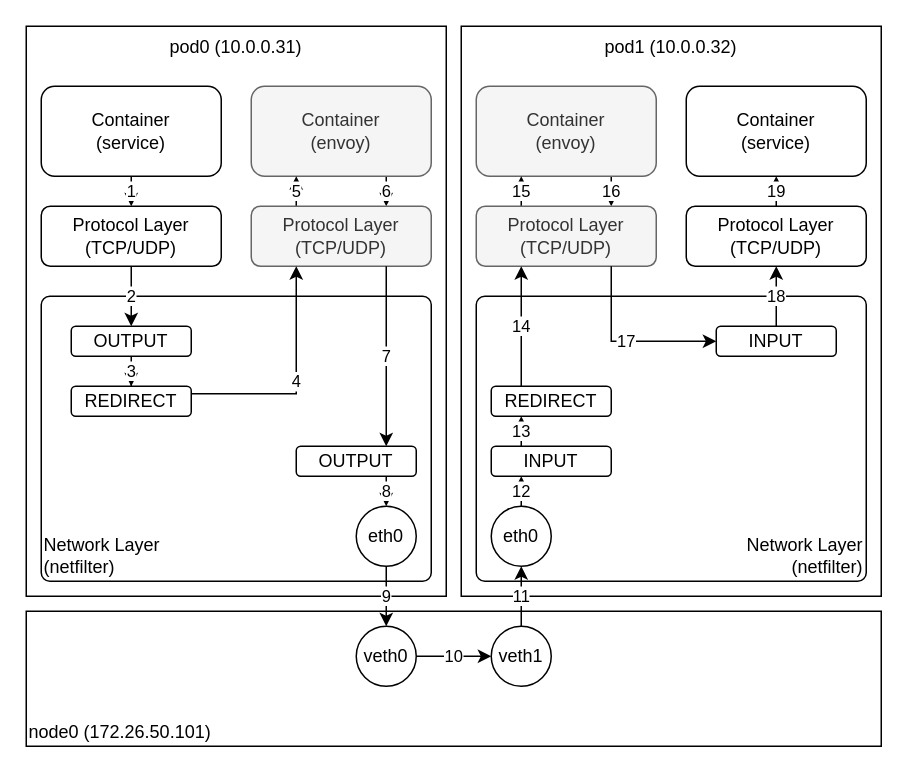
Above: k8s.istio/k8s.istio.drawio in haruband/codebook (draw.io), before the change. Source tidied: cells renumbered, new cells numbered last; positions are measured from the earlier drawing's top-left corner, leaving out a move shared by most shapes. Both pictures are drawn from the tidied source at 150%, with x=0, y=0 at pixel (26, 26).
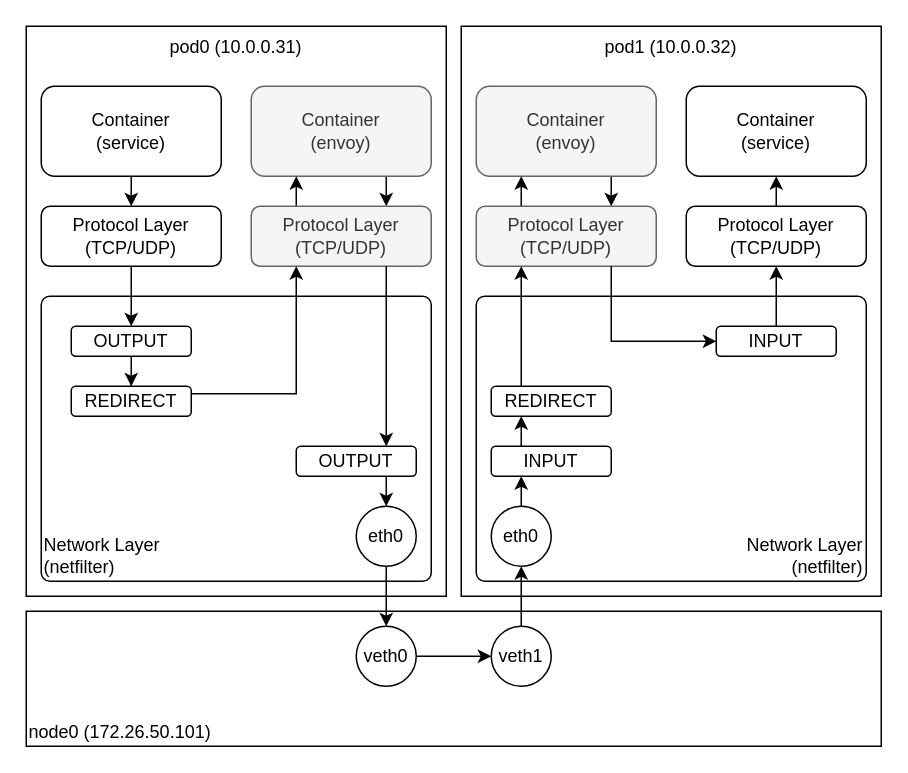
After the change.

Commit message (it also covers changes not shown here):
Fix k8s.istio.ambientmesh blog

Unchanged cells that the change refers to:
```xml
<mxCell id="5" value="Container&lt;br&gt;(service)" style="rounded=1;whiteSpace=wrap;html=1;align=center;" parent="1" vertex="1">
  <mxGeometry x="10" y="40" width="120" height="60" as="geometry" />
</mxCell>
<mxCell id="7" value="Container&lt;br&gt;(envoy)" style="rounded=1;whiteSpace=wrap;html=1;align=center;fillColor=#f5f5f5;fontColor=#333333;strokeColor=#666666;" parent="1" vertex="1">
  <mxGeometry x="150" y="40" width="120" height="60" as="geometry" />
</mxCell>
<mxCell id="8" value="Protocol Layer&lt;br&gt;(TCP/UDP)" style="rounded=1;whiteSpace=wrap;html=1;align=center;" parent="1" vertex="1">
  <mxGeometry x="10" y="120" width="120" height="40" as="geometry" />
</mxCell>
<mxCell id="10" value="Protocol Layer&lt;br&gt;(TCP/UDP)" style="rounded=1;whiteSpace=wrap;html=1;align=center;fillColor=#f5f5f5;fontColor=#333333;strokeColor=#666666;" parent="1" vertex="1">
  <mxGeometry x="150" y="120" width="120" height="40" as="geometry" />
</mxCell>
<mxCell id="13" value="OUTPUT" style="rounded=1;whiteSpace=wrap;html=1;align=center;" parent="1" vertex="1">
  <mxGeometry x="30" y="200" width="80" height="20" as="geometry" />
</mxCell>
<mxCell id="15" value="REDIRECT" style="rounded=1;whiteSpace=wrap;html=1;align=center;" parent="1" vertex="1">
  <mxGeometry x="30" y="240" width="80" height="20" as="geometry" />
</mxCell>
<mxCell id="17" value="OUTPUT" style="rounded=1;whiteSpace=wrap;html=1;align=center;" parent="1" vertex="1">
  <mxGeometry x="180" y="280" width="80" height="20" as="geometry" />
</mxCell>
<mxCell id="21" value="eth0" style="ellipse;whiteSpace=wrap;html=1;fontSize=12;" parent="1" vertex="1">
  <mxGeometry x="220" y="320" width="40" height="40" as="geometry" />
</mxCell>
<mxCell id="23" value="veth0" style="ellipse;whiteSpace=wrap;html=1;fontSize=12;" parent="1" vertex="1">
  <mxGeometry x="220" y="400" width="40" height="40" as="geometry" />
</mxCell>
<mxCell id="24" value="veth1" style="ellipse;whiteSpace=wrap;html=1;fontSize=12;" parent="1" vertex="1">
  <mxGeometry x="310" y="400" width="40" height="40" as="geometry" />
</mxCell>
<mxCell id="27" value="Container&lt;br&gt;(envoy)" style="rounded=1;whiteSpace=wrap;html=1;align=center;fillColor=#f5f5f5;fontColor=#333333;strokeColor=#666666;" parent="1" vertex="1">
  <mxGeometry x="300" y="40" width="120" height="60" as="geometry" />
</mxCell>
<mxCell id="28" value="Container&lt;br&gt;(service)" style="rounded=1;whiteSpace=wrap;html=1;align=center;" parent="1" vertex="1">
  <mxGeometry x="440" y="40" width="120" height="60" as="geometry" />
</mxCell>
<mxCell id="30" value="Protocol Layer&lt;br&gt;(TCP/UDP)" style="rounded=1;whiteSpace=wrap;html=1;align=center;fillColor=#f5f5f5;fontColor=#333333;strokeColor=#666666;" parent="1" vertex="1">
  <mxGeometry x="300" y="120" width="120" height="40" as="geometry" />
</mxCell>
<mxCell id="32" value="Protocol Layer&lt;br&gt;(TCP/UDP)" style="rounded=1;whiteSpace=wrap;html=1;align=center;" parent="1" vertex="1">
  <mxGeometry x="440" y="120" width="120" height="40" as="geometry" />
</mxCell>
<mxCell id="35" value="INPUT" style="rounded=1;whiteSpace=wrap;html=1;align=center;" parent="1" vertex="1">
  <mxGeometry x="460" y="200" width="80" height="20" as="geometry" />
</mxCell>
<mxCell id="37" value="REDIRECT" style="rounded=1;whiteSpace=wrap;html=1;align=center;" parent="1" vertex="1">
  <mxGeometry x="310" y="240" width="80" height="20" as="geometry" />
</mxCell>
<mxCell id="39" value="INPUT" style="rounded=1;whiteSpace=wrap;html=1;align=center;" parent="1" vertex="1">
  <mxGeometry x="310" y="280" width="80" height="20" as="geometry" />
</mxCell>
<mxCell id="41" value="eth0" style="ellipse;whiteSpace=wrap;html=1;fontSize=12;" parent="1" vertex="1">
  <mxGeometry x="310" y="320" width="40" height="40" as="geometry" />
</mxCell>
```

What changed in the source:
```diff
@@
-    <mxCell id="4" value="1" style="edgeStyle=orthogonalEdgeStyle;rounded=0;jettySize=auto;html=1;exitX=0.5;exitY=1;exitDx=0;exitDy=0;entryX=0.5;entryY=0;entryDx=0;entryDy=0;" parent="1" edge="1" source="5" target="8">
+    <mxCell id="4" style="edgeStyle=orthogonalEdgeStyle;rounded=0;jettySize=auto;html=1;exitX=0.5;exitY=1;exitDx=0;exitDy=0;entryX=0.5;entryY=0;entryDx=0;entryDy=0;" parent="1" edge="1" source="5" target="8">
       <mxGeometry relative="1" as="geometry" />
     </mxCell>
@@
-    <mxCell id="6" value="6" style="edgeStyle=orthogonalEdgeStyle;rounded=0;jettySize=auto;html=1;exitX=0.75;exitY=1;exitDx=0;exitDy=0;entryX=0.75;entryY=0;entryDx=0;entryDy=0;" parent="1" edge="1" source="7" target="10">
+    <mxCell id="6" style="edgeStyle=orthogonalEdgeStyle;rounded=0;jettySize=auto;html=1;exitX=0.75;exitY=1;exitDx=0;exitDy=0;entryX=0.75;entryY=0;entryDx=0;entryDy=0;" parent="1" edge="1" source="7" target="10">
       <mxGeometry relative="1" as="geometry" />
     </mxCell>
@@
-    <mxCell id="9" value="5" style="edgeStyle=orthogonalEdgeStyle;rounded=0;jettySize=auto;html=1;exitX=0.25;exitY=0;exitDx=0;exitDy=0;entryX=0.25;entryY=1;entryDx=0;entryDy=0;" parent="1" edge="1" source="10" target="7">
+    <mxCell id="9" style="edgeStyle=orthogonalEdgeStyle;rounded=0;jettySize=auto;html=1;exitX=0.25;exitY=0;exitDx=0;exitDy=0;entryX=0.25;entryY=1;entryDx=0;entryDy=0;" parent="1" edge="1" source="10" target="7">
       <mxGeometry relative="1" as="geometry" />
     </mxCell>
@@
-    <mxCell id="12" value="3" style="edgeStyle=orthogonalEdgeStyle;rounded=0;jettySize=auto;html=1;exitX=0.5;exitY=1;exitDx=0;exitDy=0;" parent="1" edge="1" source="13" target="15">
+    <mxCell id="12" style="edgeStyle=orthogonalEdgeStyle;rounded=0;jettySize=auto;html=1;exitX=0.5;exitY=1;exitDx=0;exitDy=0;" parent="1" edge="1" source="13" target="15">
       <mxGeometry relative="1" as="geometry" />
     </mxCell>
@@
-    <mxCell id="14" value="4" style="edgeStyle=orthogonalEdgeStyle;rounded=0;jettySize=auto;html=1;exitX=1;exitY=0.25;exitDx=0;exitDy=0;entryX=0.25;entryY=1;entryDx=0;entryDy=0;" parent="1" edge="1" source="15" target="10">
+    <mxCell id="14" style="edgeStyle=orthogonalEdgeStyle;rounded=0;jettySize=auto;html=1;exitX=1;exitY=0.25;exitDx=0;exitDy=0;entryX=0.25;entryY=1;entryDx=0;entryDy=0;" parent="1" edge="1" source="15" target="10">
       <mxGeometry relative="1" as="geometry" />
     </mxCell>
@@
-    <mxCell id="16" value="8" style="edgeStyle=orthogonalEdgeStyle;rounded=0;jettySize=auto;html=1;exitX=0.75;exitY=1;exitDx=0;exitDy=0;entryX=0.5;entryY=0;entryDx=0;entryDy=0;" parent="1" edge="1" source="17" target="21">
+    <mxCell id="16" style="edgeStyle=orthogonalEdgeStyle;rounded=0;jettySize=auto;html=1;exitX=0.75;exitY=1;exitDx=0;exitDy=0;entryX=0.5;entryY=0;entryDx=0;entryDy=0;" parent="1" edge="1" source="17" target="21">
       <mxGeometry relative="1" as="geometry" />
     </mxCell>
@@
-    <mxCell id="18" value="2" style="edgeStyle=orthogonalEdgeStyle;rounded=0;jettySize=auto;html=1;exitX=0.5;exitY=1;exitDx=0;exitDy=0;entryX=0.5;entryY=0;entryDx=0;entryDy=0;" parent="1" edge="1" source="8" target="13">
+    <mxCell id="18" style="edgeStyle=orthogonalEdgeStyle;rounded=0;jettySize=auto;html=1;exitX=0.5;exitY=1;exitDx=0;exitDy=0;entryX=0.5;entryY=0;entryDx=0;entryDy=0;" parent="1" edge="1" source="8" target="13">
       <mxGeometry relative="1" as="geometry" />
     </mxCell>
-    <mxCell id="19" value="7" style="edgeStyle=orthogonalEdgeStyle;rounded=0;jettySize=auto;html=1;exitX=0.75;exitY=1;exitDx=0;exitDy=0;entryX=0.75;entryY=0;entryDx=0;entryDy=0;" parent="1" edge="1" source="10" target="17">
+    <mxCell id="19" style="edgeStyle=orthogonalEdgeStyle;rounded=0;jettySize=auto;html=1;exitX=0.75;exitY=1;exitDx=0;exitDy=0;entryX=0.75;entryY=0;entryDx=0;entryDy=0;" parent="1" edge="1" source="10" target="17">
       <mxGeometry relative="1" as="geometry" />
     </mxCell>
-    <mxCell id="20" value="9" style="edgeStyle=orthogonalEdgeStyle;rounded=0;jettySize=auto;html=1;exitX=0.5;exitY=1;exitDx=0;exitDy=0;entryX=0.5;entryY=0;entryDx=0;entryDy=0;" parent="1" edge="1" source="21" target="23">
+    <mxCell id="20" style="edgeStyle=orthogonalEdgeStyle;rounded=0;jettySize=auto;html=1;exitX=0.5;exitY=1;exitDx=0;exitDy=0;entryX=0.5;entryY=0;entryDx=0;entryDy=0;" parent="1" edge="1" source="21" target="23">
       <mxGeometry relative="1" as="geometry" />
     </mxCell>
@@
-    <mxCell id="22" value="10" style="edgeStyle=orthogonalEdgeStyle;rounded=0;jettySize=auto;html=1;exitX=1;exitY=0.5;exitDx=0;exitDy=0;entryX=0;entryY=0.5;entryDx=0;entryDy=0;" parent="1" edge="1" source="23" target="24">
+    <mxCell id="22" style="edgeStyle=orthogonalEdgeStyle;rounded=0;jettySize=auto;html=1;exitX=1;exitY=0.5;exitDx=0;exitDy=0;entryX=0;entryY=0.5;entryDx=0;entryDy=0;" parent="1" edge="1" source="23" target="24">
       <mxGeometry relative="1" as="geometry" />
     </mxCell>
@@
-    <mxCell id="26" value="16" style="edgeStyle=orthogonalEdgeStyle;shape=connector;rounded=0;jettySize=auto;html=1;exitX=0.75;exitY=1;exitDx=0;exitDy=0;entryX=0.75;entryY=0;entryDx=0;entryDy=0;labelBackgroundColor=default;strokeColor=default;fontFamily=Helvetica;fontSize=11;fontColor=default;endArrow=classic;" parent="1" edge="1" source="27" target="30">
+    <mxCell id="26" style="edgeStyle=orthogonalEdgeStyle;shape=connector;rounded=0;jettySize=auto;html=1;exitX=0.75;exitY=1;exitDx=0;exitDy=0;entryX=0.75;entryY=0;entryDx=0;entryDy=0;labelBackgroundColor=default;strokeColor=default;fontFamily=Helvetica;fontSize=11;fontColor=default;endArrow=classic;" parent="1" edge="1" source="27" target="30">
       <mxGeometry relative="1" as="geometry" />
     </mxCell>
@@
-    <mxCell id="29" value="15" style="edgeStyle=orthogonalEdgeStyle;shape=connector;rounded=0;jettySize=auto;html=1;exitX=0.25;exitY=0;exitDx=0;exitDy=0;entryX=0.25;entryY=1;entryDx=0;entryDy=0;labelBackgroundColor=default;strokeColor=default;fontFamily=Helvetica;fontSize=11;fontColor=default;endArrow=classic;" parent="1" edge="1" source="30" target="27">
+    <mxCell id="29" style="edgeStyle=orthogonalEdgeStyle;shape=connector;rounded=0;jettySize=auto;html=1;exitX=0.25;exitY=0;exitDx=0;exitDy=0;entryX=0.25;entryY=1;entryDx=0;entryDy=0;labelBackgroundColor=default;strokeColor=default;fontFamily=Helvetica;fontSize=11;fontColor=default;endArrow=classic;" parent="1" edge="1" source="30" target="27">
       <mxGeometry relative="1" as="geometry" />
     </mxCell>
@@
-    <mxCell id="31" value="19" style="edgeStyle=orthogonalEdgeStyle;shape=connector;rounded=0;jettySize=auto;html=1;exitX=0.5;exitY=0;exitDx=0;exitDy=0;entryX=0.5;entryY=1;entryDx=0;entryDy=0;labelBackgroundColor=default;strokeColor=default;fontFamily=Helvetica;fontSize=11;fontColor=default;endArrow=classic;" parent="1" edge="1" source="32" target="28">
+    <mxCell id="31" style="edgeStyle=orthogonalEdgeStyle;shape=connector;rounded=0;jettySize=auto;html=1;exitX=0.5;exitY=0;exitDx=0;exitDy=0;entryX=0.5;entryY=1;entryDx=0;entryDy=0;labelBackgroundColor=default;strokeColor=default;fontFamily=Helvetica;fontSize=11;fontColor=default;endArrow=classic;" parent="1" edge="1" source="32" target="28">
       <mxGeometry relative="1" as="geometry" />
     </mxCell>
@@
-    <mxCell id="34" value="18" style="edgeStyle=orthogonalEdgeStyle;shape=connector;rounded=0;jettySize=auto;html=1;exitX=0.5;exitY=0;exitDx=0;exitDy=0;labelBackgroundColor=default;strokeColor=default;fontFamily=Helvetica;fontSize=11;fontColor=default;endArrow=classic;" parent="1" edge="1" source="35" target="32">
+    <mxCell id="34" style="edgeStyle=orthogonalEdgeStyle;shape=connector;rounded=0;jettySize=auto;html=1;exitX=0.5;exitY=0;exitDx=0;exitDy=0;labelBackgroundColor=default;strokeColor=default;fontFamily=Helvetica;fontSize=11;fontColor=default;endArrow=classic;" parent="1" edge="1" source="35" target="32">
       <mxGeometry relative="1" as="geometry" />
     </mxCell>
@@
-    <mxCell id="36" value="14" style="edgeStyle=orthogonalEdgeStyle;shape=connector;rounded=0;jettySize=auto;html=1;exitX=0.25;exitY=0;exitDx=0;exitDy=0;entryX=0.25;entryY=1;entryDx=0;entryDy=0;labelBackgroundColor=default;strokeColor=default;fontFamily=Helvetica;fontSize=11;fontColor=default;endArrow=classic;" parent="1" edge="1" source="37" target="30">
+    <mxCell id="36" style="edgeStyle=orthogonalEdgeStyle;shape=connector;rounded=0;jettySize=auto;html=1;exitX=0.25;exitY=0;exitDx=0;exitDy=0;entryX=0.25;entryY=1;entryDx=0;entryDy=0;labelBackgroundColor=default;strokeColor=default;fontFamily=Helvetica;fontSize=11;fontColor=default;endArrow=classic;" parent="1" edge="1" source="37" target="30">
       <mxGeometry relative="1" as="geometry" />
     </mxCell>
@@
-    <mxCell id="38" value="13" style="edgeStyle=orthogonalEdgeStyle;shape=connector;rounded=0;jettySize=auto;html=1;exitX=0.25;exitY=0;exitDx=0;exitDy=0;entryX=0.25;entryY=1;entryDx=0;entryDy=0;labelBackgroundColor=default;strokeColor=default;fontFamily=Helvetica;fontSize=11;fontColor=default;endArrow=classic;" parent="1" edge="1" source="39" target="37">
+    <mxCell id="38" style="edgeStyle=orthogonalEdgeStyle;shape=connector;rounded=0;jettySize=auto;html=1;exitX=0.25;exitY=0;exitDx=0;exitDy=0;entryX=0.25;entryY=1;entryDx=0;entryDy=0;labelBackgroundColor=default;strokeColor=default;fontFamily=Helvetica;fontSize=11;fontColor=default;endArrow=classic;" parent="1" edge="1" source="39" target="37">
       <mxGeometry relative="1" as="geometry" />
     </mxCell>
@@
-    <mxCell id="40" value="12" style="edgeStyle=orthogonalEdgeStyle;shape=connector;rounded=0;jettySize=auto;html=1;exitX=0.5;exitY=0;exitDx=0;exitDy=0;entryX=0.25;entryY=1;entryDx=0;entryDy=0;labelBackgroundColor=default;strokeColor=default;fontFamily=Helvetica;fontSize=11;fontColor=default;endArrow=classic;" parent="1" edge="1" source="41" target="39">
+    <mxCell id="40" style="edgeStyle=orthogonalEdgeStyle;shape=connector;rounded=0;jettySize=auto;html=1;exitX=0.5;exitY=0;exitDx=0;exitDy=0;entryX=0.25;entryY=1;entryDx=0;entryDy=0;labelBackgroundColor=default;strokeColor=default;fontFamily=Helvetica;fontSize=11;fontColor=default;endArrow=classic;" parent="1" edge="1" source="41" target="39">
       <mxGeometry relative="1" as="geometry" />
     </mxCell>
@@
-    <mxCell id="42" value="11" style="edgeStyle=orthogonalEdgeStyle;rounded=0;jettySize=auto;html=1;exitX=0.5;exitY=0;exitDx=0;exitDy=0;entryX=0.5;entryY=1;entryDx=0;entryDy=0;" parent="1" edge="1" source="24" target="41">
+    <mxCell id="42" style="edgeStyle=orthogonalEdgeStyle;rounded=0;jettySize=auto;html=1;exitX=0.5;exitY=0;exitDx=0;exitDy=0;entryX=0.5;entryY=1;entryDx=0;entryDy=0;" parent="1" edge="1" source="24" target="41">
       <mxGeometry relative="1" as="geometry" />
     </mxCell>
-    <mxCell id="43" value="17" style="edgeStyle=orthogonalEdgeStyle;shape=connector;rounded=0;jettySize=auto;html=1;exitX=0.75;exitY=1;exitDx=0;exitDy=0;entryX=0;entryY=0.5;entryDx=0;entryDy=0;labelBackgroundColor=default;strokeColor=default;fontFamily=Helvetica;fontSize=11;fontColor=default;endArrow=classic;" parent="1" edge="1" source="30" target="35">
+    <mxCell id="43" style="edgeStyle=orthogonalEdgeStyle;shape=connector;rounded=0;jettySize=auto;html=1;exitX=0.75;exitY=1;exitDx=0;exitDy=0;entryX=0;entryY=0.5;entryDx=0;entryDy=0;labelBackgroundColor=default;strokeColor=default;fontFamily=Helvetica;fontSize=11;fontColor=default;endArrow=classic;" parent="1" edge="1" source="30" target="35">
       <mxGeometry relative="1" as="geometry" />
     </mxCell>
```
